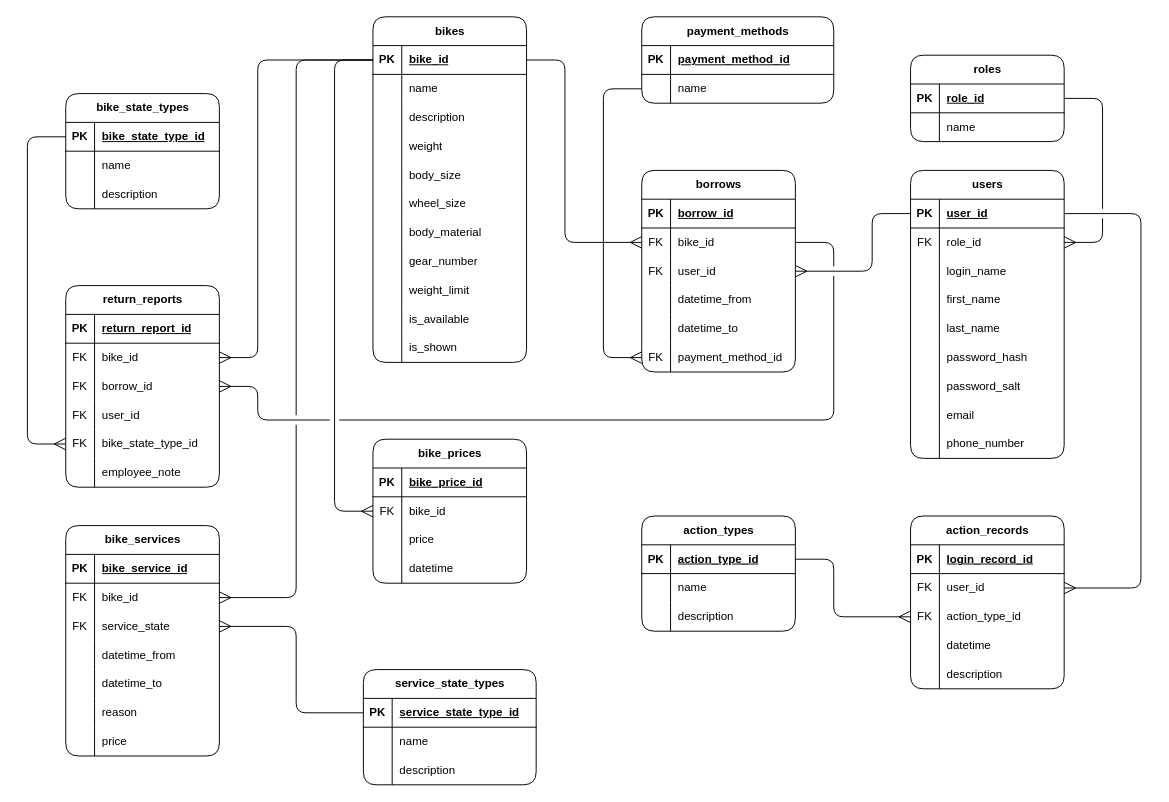
Before: page "ER Diagram" (6 of 6) of diagrams.drawio in KrazyManJ/jolt, a draw.io diagram. Source tidied: cells renumbered, new cells numbered last; positions are measured from the earlier drawing's top-left corner, leaving out a move shared by most shapes. Both pictures are drawn from the tidied source at 96%, with x=0, y=0 at pixel (27, 16).
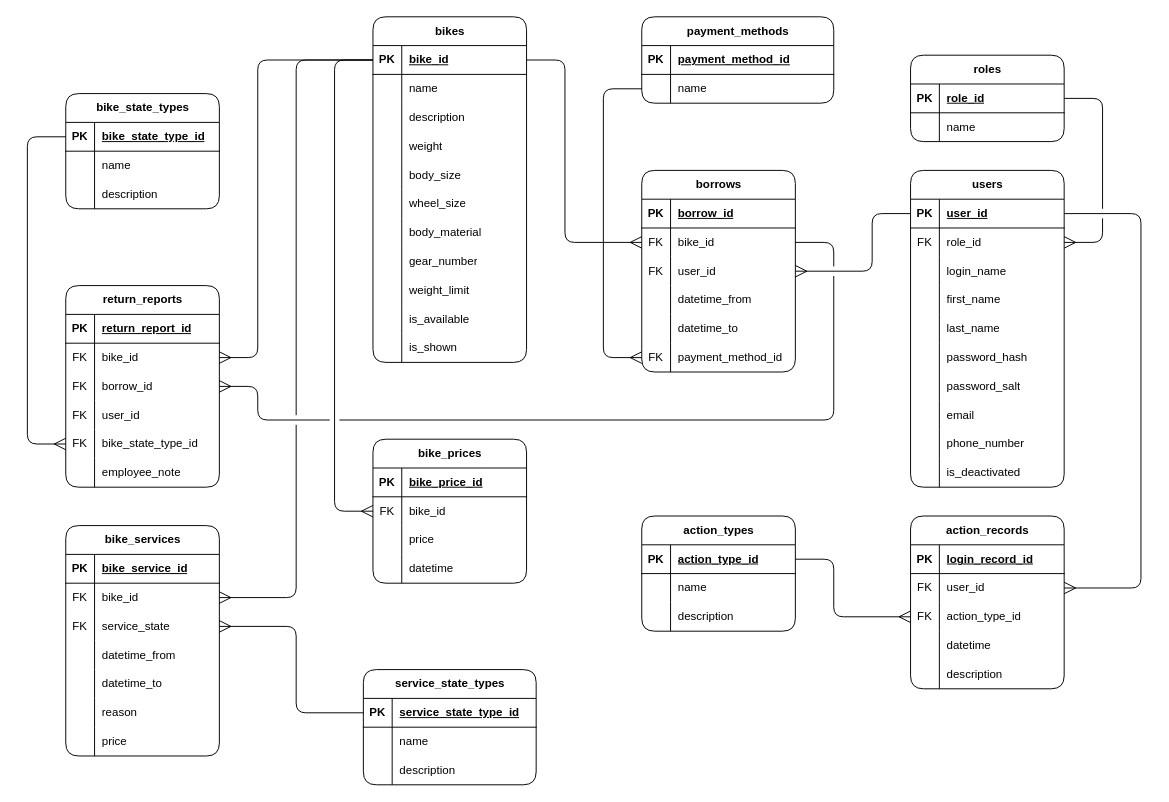
The same diagram, later.

Commit message:
Updated ER Diagram - added is_deactivated to users

Change to the diagram source:
```diff
@@
     <mxCell id="70" value="users" style="shape=table;startSize=30;childLayout=tableLayout;rowLines=0;fontStyle=1;align=center;html=1;rounded=1;" parent="1" vertex="1">
-      <mxGeometry x="920" y="160" width="160" height="300" as="geometry" />
+      <mxGeometry x="920" y="160" width="160" height="330" as="geometry" />
     </mxCell>
@@
+    <mxCell id="209" style="shape=tableRow;horizontal=0;startSize=0;swimlaneHead=0;swimlaneBody=0;fillColor=none;top=0;left=0;right=0;bottom=0;html=1;" parent="70" vertex="1">
+      <mxGeometry y="300" width="160" height="30" as="geometry" />
+    </mxCell>
+    <mxCell id="210" style="shape=partialRectangle;fillColor=none;top=0;left=0;bottom=0;right=0;overflow=hidden;html=1;fontStyle=0;" parent="209" vertex="1">
+      <mxGeometry width="30" height="30" as="geometry" />
+    </mxCell>
+    <mxCell id="211" value="is_deactivated" style="shape=partialRectangle;fillColor=none;top=0;left=0;bottom=0;right=0;align=left;spacingLeft=6;overflow=hidden;html=1;" parent="209" vertex="1">
+      <mxGeometry x="30" width="130" height="30" as="geometry" />
+    </mxCell>
```
